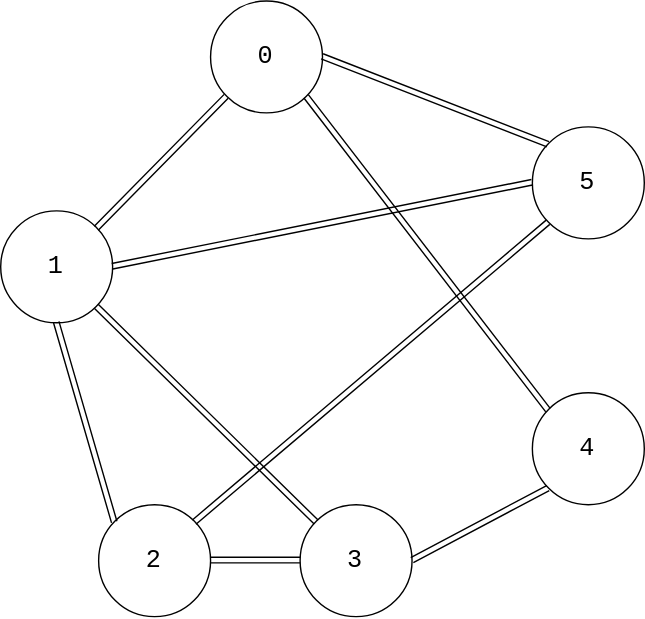
Earlier version of the draw.io export docs/GraphTheory/Traverse/res/DepthFirstSearch1.svg (linrongbin16/way-to-algorithm). Source tidied: cells renumbered, new cells last; positions are measured from the earlier drawing's top-left corner, leaving out a move shared by most shapes. Its diagram source:
```xml
<mxGraphModel background="#ffffff">
  <root>
    <mxCell id="0" />
    <mxCell id="1" parent="0" />
    <mxCell id="2" value="0" style="ellipse;whiteSpace=wrap;html=1;rounded=0;shadow=0;strokeColor=#000000;fillColor=#ffffff;gradientColor=none;fontFamily=Courier New;fontSize=18;" parent="1" vertex="1">
      <mxGeometry x="150" width="80" height="80" as="geometry" />
    </mxCell>
    <mxCell id="3" value="1" style="ellipse;whiteSpace=wrap;html=1;rounded=0;shadow=0;strokeColor=#000000;fillColor=#ffffff;gradientColor=none;fontFamily=Courier New;fontSize=18;" parent="1" vertex="1">
      <mxGeometry y="150" width="80" height="80" as="geometry" />
    </mxCell>
    <mxCell id="4" value="5" style="ellipse;whiteSpace=wrap;html=1;rounded=0;shadow=0;strokeColor=#000000;fillColor=#ffffff;gradientColor=none;fontFamily=Courier New;fontSize=18;" parent="1" vertex="1">
      <mxGeometry x="380" y="90" width="80" height="80" as="geometry" />
    </mxCell>
    <mxCell id="5" value="3" style="ellipse;whiteSpace=wrap;html=1;rounded=0;shadow=0;strokeColor=#000000;fillColor=#ffffff;gradientColor=none;fontFamily=Courier New;fontSize=18;" parent="1" vertex="1">
      <mxGeometry x="214" y="360" width="80" height="80" as="geometry" />
    </mxCell>
    <mxCell id="6" value="2" style="ellipse;whiteSpace=wrap;html=1;rounded=0;shadow=0;strokeColor=#000000;fillColor=#ffffff;gradientColor=none;fontFamily=Courier New;fontSize=18;" parent="1" vertex="1">
      <mxGeometry x="70" y="360" width="80" height="80" as="geometry" />
    </mxCell>
    <mxCell id="7" value="4" style="ellipse;whiteSpace=wrap;html=1;rounded=0;shadow=0;strokeColor=#000000;fillColor=#ffffff;gradientColor=none;fontFamily=Courier New;fontSize=18;" parent="1" vertex="1">
      <mxGeometry x="380" y="280" width="80" height="80" as="geometry" />
    </mxCell>
    <mxCell id="8" style="endArrow=classic;html=1;fontFamily=Courier New;fontSize=18;exitX=0;exitY=1;entryX=1;entryY=0;shape=link;" parent="1" edge="1" source="2" target="3">
      <mxGeometry relative="1" as="geometry" />
    </mxCell>
    <mxCell id="9" style="endArrow=classic;html=1;fontFamily=Courier New;fontSize=18;exitX=1;exitY=0.5;entryX=0;entryY=0;shape=link;" parent="1" edge="1" source="2" target="4">
      <mxGeometry relative="1" as="geometry" />
    </mxCell>
    <mxCell id="10" style="endArrow=classic;html=1;fontFamily=Courier New;fontSize=18;exitX=0.5;exitY=1;entryX=0;entryY=0;shape=link;" parent="1" edge="1" source="3" target="6">
      <mxGeometry relative="1" as="geometry" />
    </mxCell>
    <mxCell id="11" style="edgeStyle=orthogonalEdgeStyle;rounded=0;html=1;exitX=0;exitY=0.5;entryX=0;entryY=0.5;jettySize=auto;orthogonalLoop=1;fontFamily=Courier New;fontSize=18;" parent="1" edge="1" source="5" target="5">
      <mxGeometry relative="1" as="geometry" />
    </mxCell>
    <mxCell id="12" style="endArrow=classic;html=1;fontFamily=Courier New;fontSize=18;exitX=1;exitY=0.5;entryX=0;entryY=0.5;shape=link;" parent="1" edge="1" source="6" target="5">
      <mxGeometry relative="1" as="geometry" />
    </mxCell>
    <mxCell id="13" style="endArrow=classic;html=1;fontFamily=Courier New;fontSize=18;entryX=0;entryY=1;exitX=1;exitY=0.5;shape=link;" parent="1" edge="1" source="5" target="7">
      <mxGeometry relative="1" as="geometry" />
    </mxCell>
    <mxCell id="14" style="endArrow=classic;html=1;fontFamily=Courier New;fontSize=18;exitX=1;exitY=1;entryX=0;entryY=0;shape=link;" parent="1" edge="1" source="2" target="7">
      <mxGeometry relative="1" as="geometry" />
    </mxCell>
    <mxCell id="15" style="endArrow=classic;html=1;fontFamily=Courier New;fontSize=18;exitX=1;exitY=0.5;entryX=0;entryY=0.5;shape=link;" parent="1" edge="1" source="3" target="4">
      <mxGeometry relative="1" as="geometry" />
    </mxCell>
    <mxCell id="16" style="endArrow=classic;html=1;fontFamily=Courier New;fontSize=18;exitX=1;exitY=1;entryX=0;entryY=0;shape=link;" parent="1" edge="1" source="3" target="5">
      <mxGeometry relative="1" as="geometry" />
    </mxCell>
    <mxCell id="17" style="endArrow=classic;html=1;fontFamily=Courier New;fontSize=18;exitX=1;exitY=0;entryX=0;entryY=1;shape=link;" parent="1" edge="1" source="6" target="4">
      <mxGeometry relative="1" as="geometry" />
    </mxCell>
  </root>
</mxGraphModel>
```
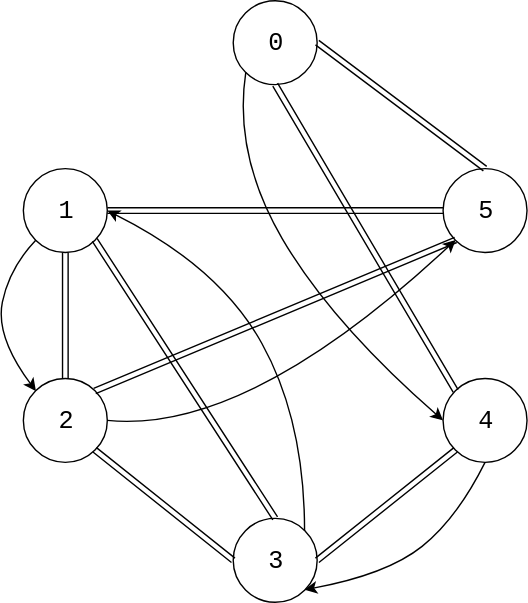
After the change.

What changed in the source:
```diff
@@ -3,52 +3,88 @@
     <mxCell id="0" />
     <mxCell id="1" parent="0" />
     <mxCell id="2" value="0" style="ellipse;whiteSpace=wrap;html=1;rounded=0;shadow=0;strokeColor=#000000;fillColor=#ffffff;gradientColor=none;fontFamily=Courier New;fontSize=18;" parent="1" vertex="1">
-      <mxGeometry x="150" width="80" height="80" as="geometry" />
+      <mxGeometry x="150" width="60" height="60" as="geometry" />
     </mxCell>
     <mxCell id="3" value="1" style="ellipse;whiteSpace=wrap;html=1;rounded=0;shadow=0;strokeColor=#000000;fillColor=#ffffff;gradientColor=none;fontFamily=Courier New;fontSize=18;" parent="1" vertex="1">
-      <mxGeometry y="150" width="80" height="80" as="geometry" />
+      <mxGeometry y="120" width="60" height="60" as="geometry" />
     </mxCell>
     <mxCell id="4" value="5" style="ellipse;whiteSpace=wrap;html=1;rounded=0;shadow=0;strokeColor=#000000;fillColor=#ffffff;gradientColor=none;fontFamily=Courier New;fontSize=18;" parent="1" vertex="1">
-      <mxGeometry x="380" y="90" width="80" height="80" as="geometry" />
+      <mxGeometry x="300" y="120" width="60" height="60" as="geometry" />
     </mxCell>
     <mxCell id="5" value="3" style="ellipse;whiteSpace=wrap;html=1;rounded=0;shadow=0;strokeColor=#000000;fillColor=#ffffff;gradientColor=none;fontFamily=Courier New;fontSize=18;" parent="1" vertex="1">
-      <mxGeometry x="214" y="360" width="80" height="80" as="geometry" />
+      <mxGeometry x="150" y="370" width="60" height="60" as="geometry" />
     </mxCell>
     <mxCell id="6" value="2" style="ellipse;whiteSpace=wrap;html=1;rounded=0;shadow=0;strokeColor=#000000;fillColor=#ffffff;gradientColor=none;fontFamily=Courier New;fontSize=18;" parent="1" vertex="1">
-      <mxGeometry x="70" y="360" width="80" height="80" as="geometry" />
+      <mxGeometry y="270" width="60" height="60" as="geometry" />
     </mxCell>
     <mxCell id="7" value="4" style="ellipse;whiteSpace=wrap;html=1;rounded=0;shadow=0;strokeColor=#000000;fillColor=#ffffff;gradientColor=none;fontFamily=Courier New;fontSize=18;" parent="1" vertex="1">
-      <mxGeometry x="380" y="280" width="80" height="80" as="geometry" />
+      <mxGeometry x="300" y="270" width="60" height="60" as="geometry" />
     </mxCell>
-    <mxCell id="8" style="endArrow=classic;html=1;fontFamily=Courier New;fontSize=18;exitX=0;exitY=1;entryX=1;entryY=0;shape=link;" parent="1" edge="1" source="2" target="3">
+    <mxCell id="8" style="endArrow=classic;html=1;fontFamily=Courier New;fontSize=18;exitX=1;exitY=0.5;entryX=0.5;entryY=0;shape=link;" parent="1" edge="1" source="2" target="4">
       <mxGeometry relative="1" as="geometry" />
     </mxCell>
-    <mxCell id="9" style="endArrow=classic;html=1;fontFamily=Courier New;fontSize=18;exitX=1;exitY=0.5;entryX=0;entryY=0;shape=link;" parent="1" edge="1" source="2" target="4">
+    <mxCell id="9" style="endArrow=classic;html=1;fontFamily=Courier New;fontSize=18;exitX=0.5;exitY=1;entryX=0.5;entryY=0;shape=link;" parent="1" edge="1" source="3" target="6">
       <mxGeometry relative="1" as="geometry" />
     </mxCell>
-    <mxCell id="10" style="endArrow=classic;html=1;fontFamily=Courier New;fontSize=18;exitX=0.5;exitY=1;entryX=0;entryY=0;shape=link;" parent="1" edge="1" source="3" target="6">
+    <mxCell id="10" style="edgeStyle=orthogonalEdgeStyle;rounded=0;html=1;exitX=0;exitY=0.5;entryX=0;entryY=0.5;jettySize=auto;orthogonalLoop=1;fontFamily=Courier New;fontSize=18;" parent="1" edge="1" source="5" target="5">
       <mxGeometry relative="1" as="geometry" />
     </mxCell>
-    <mxCell id="11" style="edgeStyle=orthogonalEdgeStyle;rounded=0;html=1;exitX=0;exitY=0.5;entryX=0;entryY=0.5;jettySize=auto;orthogonalLoop=1;fontFamily=Courier New;fontSize=18;" parent="1" edge="1" source="5" target="5">
+    <mxCell id="11" style="endArrow=classic;html=1;fontFamily=Courier New;fontSize=18;exitX=1;exitY=1;entryX=0;entryY=0.5;shape=link;" parent="1" edge="1" source="6" target="5">
       <mxGeometry relative="1" as="geometry" />
     </mxCell>
-    <mxCell id="12" style="endArrow=classic;html=1;fontFamily=Courier New;fontSize=18;exitX=1;exitY=0.5;entryX=0;entryY=0.5;shape=link;" parent="1" edge="1" source="6" target="5">
+    <mxCell id="12" style="endArrow=classic;html=1;fontFamily=Courier New;fontSize=18;entryX=0;entryY=1;exitX=1;exitY=0.5;shape=link;" parent="1" edge="1" source="5" target="7">
       <mxGeometry relative="1" as="geometry" />
     </mxCell>
-    <mxCell id="13" style="endArrow=classic;html=1;fontFamily=Courier New;fontSize=18;entryX=0;entryY=1;exitX=1;exitY=0.5;shape=link;" parent="1" edge="1" source="5" target="7">
+    <mxCell id="13" style="endArrow=classic;html=1;fontFamily=Courier New;fontSize=18;exitX=0.5;exitY=1;entryX=0;entryY=0;shape=link;" parent="1" edge="1" source="2" target="7">
       <mxGeometry relative="1" as="geometry" />
     </mxCell>
-    <mxCell id="14" style="endArrow=classic;html=1;fontFamily=Courier New;fontSize=18;exitX=1;exitY=1;entryX=0;entryY=0;shape=link;" parent="1" edge="1" source="2" target="7">
+    <mxCell id="14" style="endArrow=classic;html=1;fontFamily=Courier New;fontSize=18;exitX=1;exitY=0.5;entryX=0;entryY=0.5;shape=link;" parent="1" edge="1" source="3" target="4">
       <mxGeometry relative="1" as="geometry" />
     </mxCell>
-    <mxCell id="15" style="endArrow=classic;html=1;fontFamily=Courier New;fontSize=18;exitX=1;exitY=0.5;entryX=0;entryY=0.5;shape=link;" parent="1" edge="1" source="3" target="4">
+    <mxCell id="15" style="endArrow=classic;html=1;fontFamily=Courier New;fontSize=18;exitX=1;exitY=1;entryX=0.5;entryY=0;shape=link;" parent="1" edge="1" source="3" target="5">
       <mxGeometry relative="1" as="geometry" />
     </mxCell>
-    <mxCell id="16" style="endArrow=classic;html=1;fontFamily=Courier New;fontSize=18;exitX=1;exitY=1;entryX=0;entryY=0;shape=link;" parent="1" edge="1" source="3" target="5">
+    <mxCell id="16" style="endArrow=classic;html=1;fontFamily=Courier New;fontSize=18;exitX=1;exitY=0;entryX=0;entryY=1;shape=link;" parent="1" edge="1" source="6" target="4">
       <mxGeometry relative="1" as="geometry" />
     </mxCell>
-    <mxCell id="17" style="endArrow=classic;html=1;fontFamily=Courier New;fontSize=18;exitX=1;exitY=0;entryX=0;entryY=1;shape=link;" parent="1" edge="1" source="6" target="4">
-      <mxGeometry relative="1" as="geometry" />
+    <mxCell id="17" style="curved=1;endArrow=classic;html=1;fontFamily=Courier New;fontSize=18;exitX=0;exitY=1;entryX=0;entryY=0.5;" parent="1" edge="1" source="2" target="7">
+      <mxGeometry relative="1" as="geometry">
+        <Array as="points">
+          <mxPoint x="150" y="110" />
+          <mxPoint x="220" y="230" />
+        </Array>
+      </mxGeometry>
     </mxCell>
+    <mxCell id="18" style="curved=1;endArrow=classic;html=1;fontFamily=Courier New;fontSize=18;exitX=0.5;exitY=1;entryX=1;entryY=1;" parent="1" edge="1" source="7" target="5">
+      <mxGeometry relative="1" as="geometry">
+        <Array as="points">
+          <mxPoint x="310" y="370" />
+          <mxPoint x="260" y="410" />
+        </Array>
+      </mxGeometry>
+    </mxCell>
+    <mxCell id="19" style="curved=1;endArrow=classic;html=1;fontFamily=Courier New;fontSize=18;exitX=1;exitY=0;entryX=1;entryY=0.5;" parent="1" edge="1" source="5" target="3">
+      <mxGeometry relative="1" as="geometry">
+        <Array as="points">
+          <mxPoint x="201" y="300" />
+          <mxPoint x="140" y="190" />
+        </Array>
+      </mxGeometry>
+    </mxCell>
+    <mxCell id="20" style="curved=1;endArrow=classic;html=1;fontFamily=Courier New;fontSize=18;exitX=0;exitY=1;entryX=0;entryY=0;" parent="1" edge="1" source="3" target="6">
+      <mxGeometry relative="1" as="geometry">
+        <Array as="points">
+          <mxPoint x="-10" y="191" />
+          <mxPoint x="-20" y="240" />
+        </Array>
+      </mxGeometry>
+    </mxCell>
+    <mxCell id="21" style="curved=1;endArrow=classic;html=1;fontFamily=Courier New;fontSize=18;exitX=1;exitY=0.5;entryX=0;entryY=1;" parent="1" edge="1" source="6" target="4">
+      <mxGeometry relative="1" as="geometry">
+        <Array as="points">
+          <mxPoint x="160" y="310" />
+        </Array>
+      </mxGeometry>
+    </mxCell>
   </root>
 </mxGraphModel>
```
